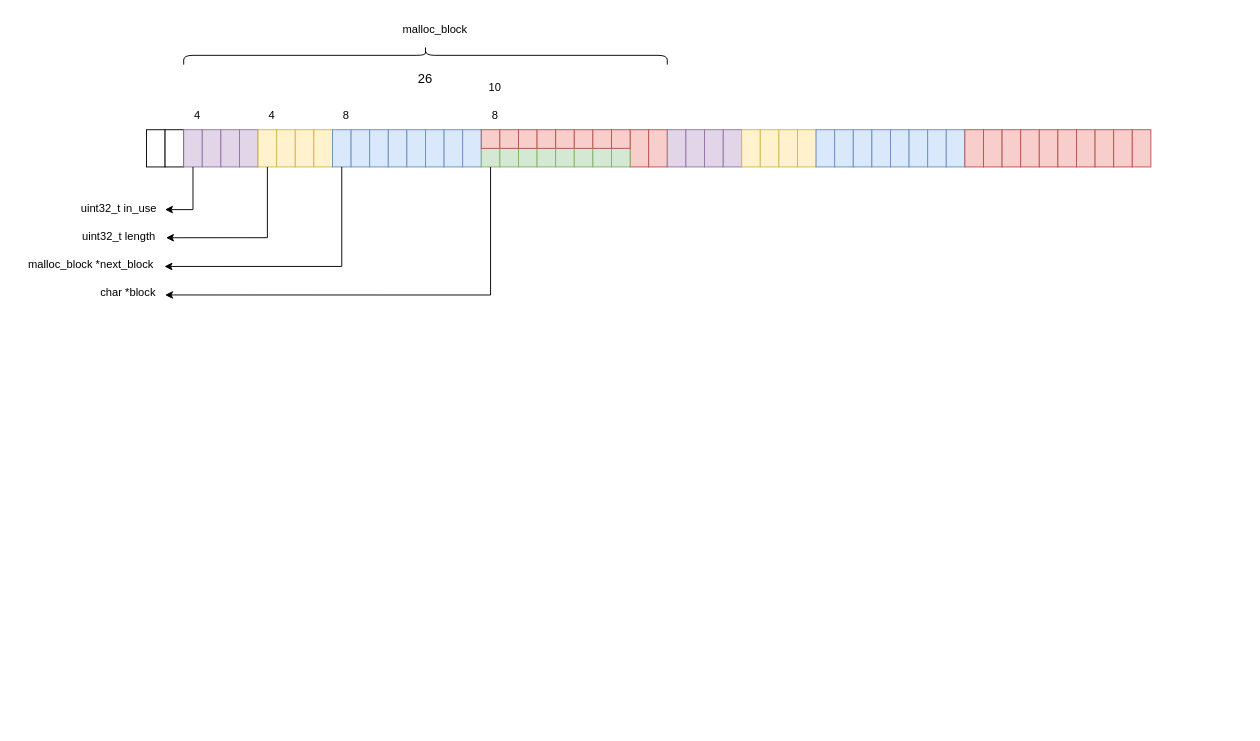
The draw.io diagram docs/diagram.drawio in Bidijoe45/malloc, before the edit. Source tidied: cells renumbered, new cells numbered last; positions are measured from the earlier drawing's top-left corner, leaving out a move shared by most shapes. Both pictures are drawn from the tidied source at 93%, with x=0, y=0 at pixel (16, -187).
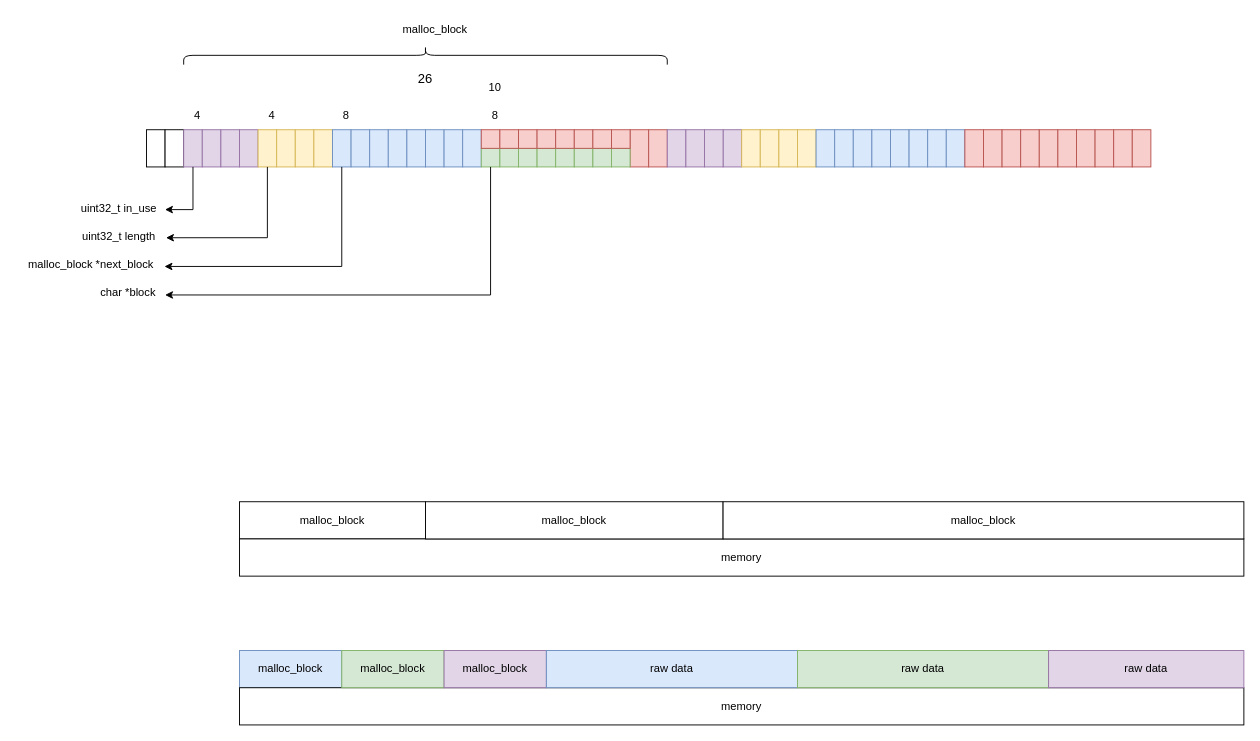
The same page after the edit.

The edit, as a diff of the source:
```diff
@@
+    <mxCell id="80" value="malloc_block" style="rounded=0;whiteSpace=wrap;html=1;" parent="1" vertex="1">
+      <mxGeometry x="240" y="740" width="200" height="40" as="geometry" />
+    </mxCell>
+    <mxCell id="81" value="memory" style="rounded=0;whiteSpace=wrap;html=1;" parent="1" vertex="1">
+      <mxGeometry x="240" y="780" width="1080" height="40" as="geometry" />
+    </mxCell>
+    <mxCell id="82" value="malloc_block" style="rounded=0;whiteSpace=wrap;html=1;" parent="1" vertex="1">
+      <mxGeometry x="440" y="740" width="320" height="40" as="geometry" />
+    </mxCell>
+    <mxCell id="83" value="malloc_block" style="rounded=0;whiteSpace=wrap;html=1;" parent="1" vertex="1">
+      <mxGeometry x="760" y="740" width="560" height="40" as="geometry" />
+    </mxCell>
+    <mxCell id="84" value="malloc_block" style="rounded=0;whiteSpace=wrap;html=1;fillColor=#dae8fc;strokeColor=#6c8ebf;" parent="1" vertex="1">
+      <mxGeometry x="240" y="900" width="110" height="40" as="geometry" />
+    </mxCell>
+    <mxCell id="85" value="memory" style="rounded=0;whiteSpace=wrap;html=1;" parent="1" vertex="1">
+      <mxGeometry x="240" y="940" width="1080" height="40" as="geometry" />
+    </mxCell>
+    <mxCell id="86" value="malloc_block" style="rounded=0;whiteSpace=wrap;html=1;fillColor=#d5e8d4;strokeColor=#82b366;" parent="1" vertex="1">
+      <mxGeometry x="350" y="900" width="110" height="40" as="geometry" />
+    </mxCell>
+    <mxCell id="87" value="malloc_block" style="rounded=0;whiteSpace=wrap;html=1;fillColor=#e1d5e7;strokeColor=#9673a6;" parent="1" vertex="1">
+      <mxGeometry x="460" y="900" width="110" height="40" as="geometry" />
+    </mxCell>
+    <mxCell id="88" value="raw data" style="rounded=0;whiteSpace=wrap;html=1;fillColor=#dae8fc;strokeColor=#6c8ebf;" parent="1" vertex="1">
+      <mxGeometry x="570" y="900" width="270" height="40" as="geometry" />
+    </mxCell>
+    <mxCell id="89" value="raw data" style="rounded=0;whiteSpace=wrap;html=1;fillColor=#d5e8d4;strokeColor=#82b366;" parent="1" vertex="1">
+      <mxGeometry x="840" y="900" width="270" height="40" as="geometry" />
+    </mxCell>
+    <mxCell id="90" value="raw data" style="rounded=0;whiteSpace=wrap;html=1;fillColor=#e1d5e7;strokeColor=#9673a6;" parent="1" vertex="1">
+      <mxGeometry x="1110" y="900" width="210" height="40" as="geometry" />
+    </mxCell>
```
